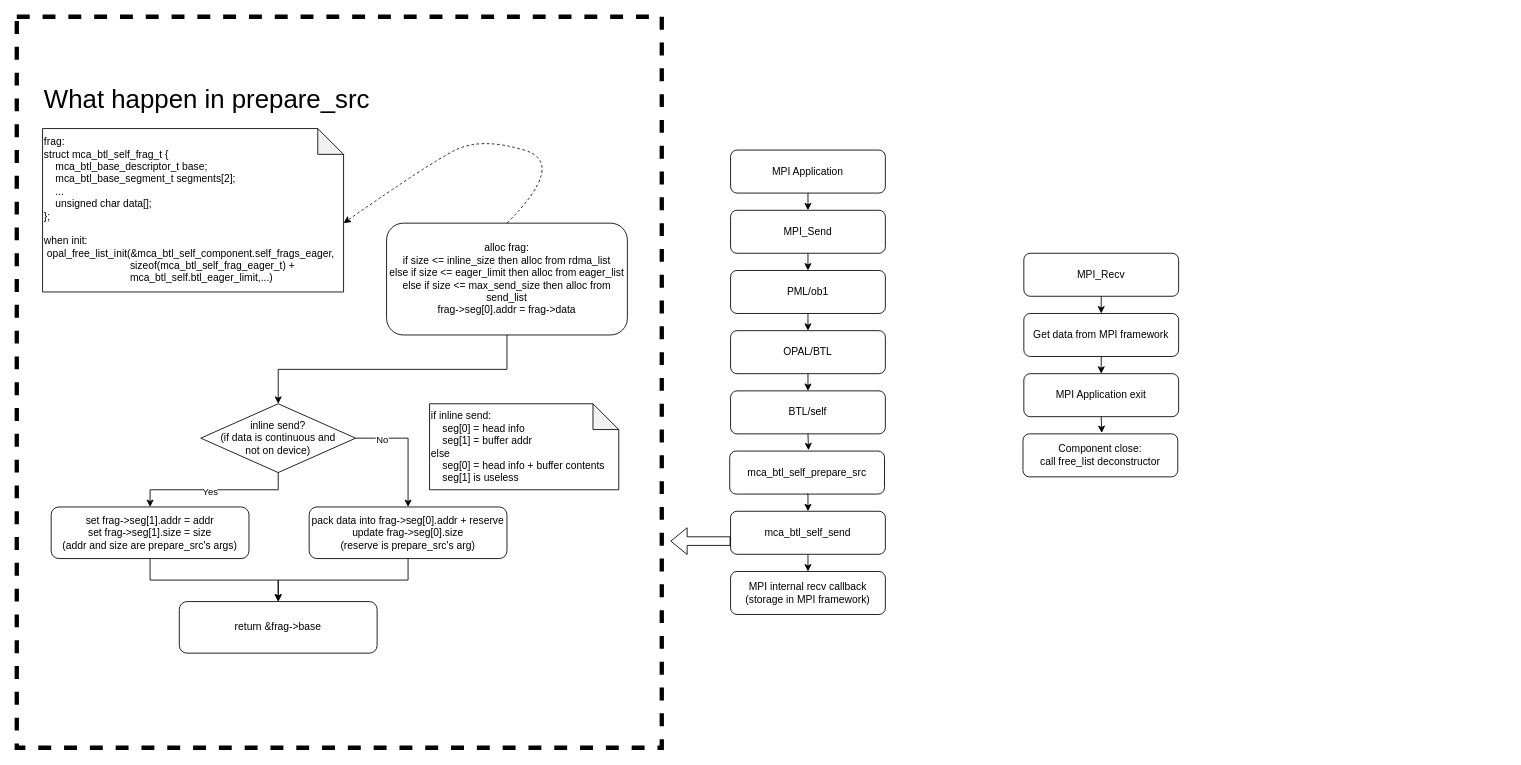
Troyself/img-design-draw-io keeps this draw.io diagram as ompi/btl-self-send-flow.drawio. Above is the earlier version. Source tidied: cells renumbered, new cells numbered last; positions are measured from the earlier drawing's top-left corner, leaving out a move shared by most shapes. Both pictures are drawn from the tidied source at 86%, with x=0, y=0 at pixel (16, 16).
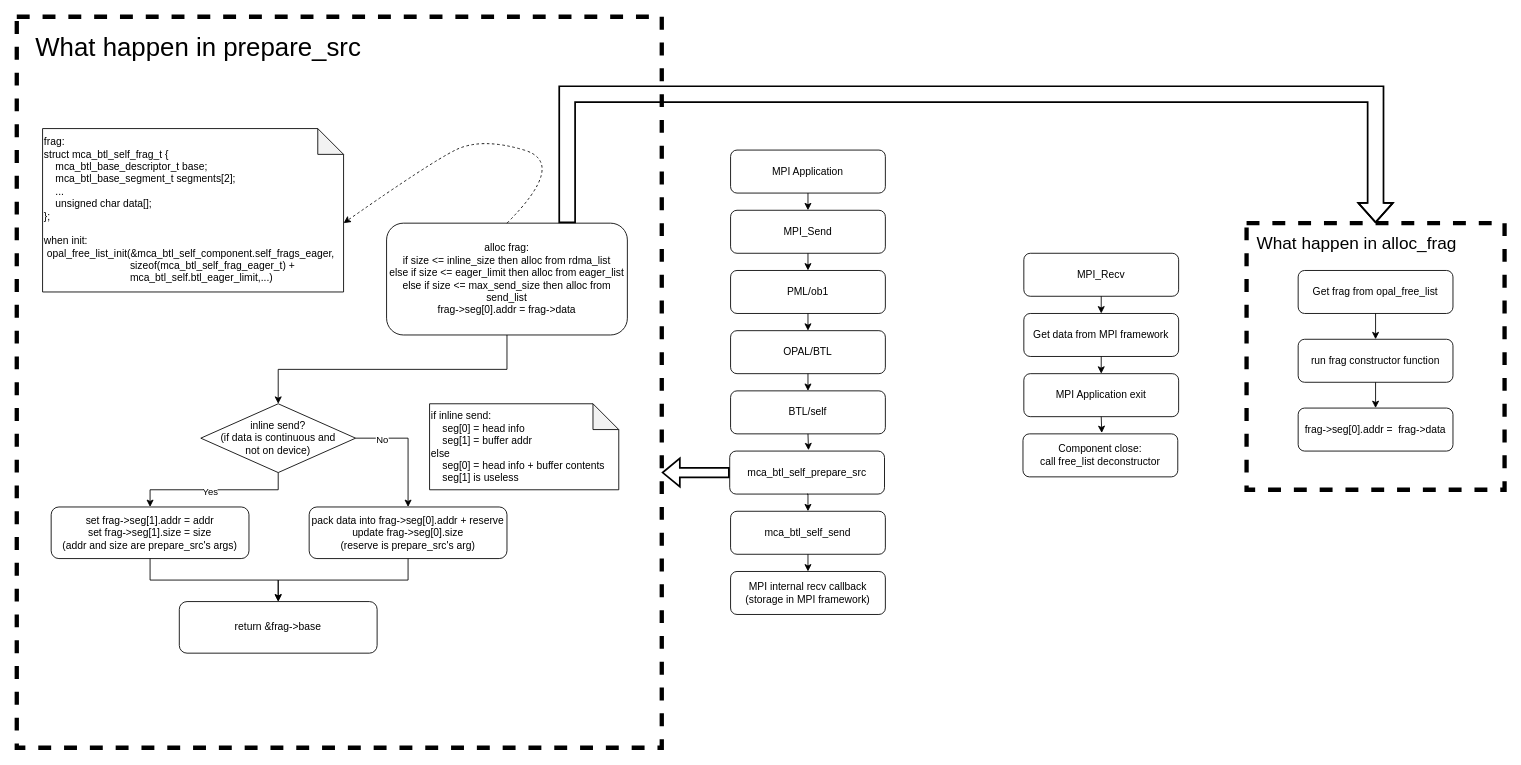
The same diagram, later.

The change refers to these unchanged cells:
```xml
<mxCell id="13" value="mca_btl_self_prepare_src" style="rounded=1;whiteSpace=wrap;html=1;fillColor=none;" parent="1" vertex="1">
  <mxGeometry x="829" y="505" width="180" height="50" as="geometry" />
</mxCell>
<mxCell id="27" value="alloc frag:&lt;div&gt;&lt;span style=&quot;background-color: transparent; color: light-dark(rgb(0, 0, 0), rgb(255, 255, 255));&quot;&gt;if size &amp;lt;= inline_size then alloc from rdma_list&lt;/span&gt;&lt;/div&gt;&lt;div&gt;&lt;span style=&quot;background-color: transparent; color: light-dark(rgb(0, 0, 0), rgb(255, 255, 255));&quot;&gt;else if size &amp;lt;= eager_limit then alloc from eager_list&lt;/span&gt;&lt;/div&gt;&lt;div&gt;&lt;span style=&quot;background-color: transparent; color: light-dark(rgb(0, 0, 0), rgb(255, 255, 255));&quot;&gt;else if size &amp;lt;= max_send_size then alloc from send_list&lt;/span&gt;&lt;/div&gt;&lt;div&gt;&lt;span style=&quot;background-color: transparent; color: light-dark(rgb(0, 0, 0), rgb(255, 255, 255));&quot;&gt;frag-&amp;gt;seg[0].addr = frag-&amp;gt;data&lt;/span&gt;&lt;/div&gt;" style="rounded=1;whiteSpace=wrap;html=1;fillColor=none;" parent="1" vertex="1">
  <mxGeometry x="430" y="240" width="280" height="130" as="geometry" />
</mxCell>
```

Diff of the diagram source:
```diff
@@
+    <mxCell id="42" style="rounded=0;whiteSpace=wrap;html=1;fillColor=none;dashed=1;strokeWidth=5;" parent="1" vertex="1">
+      <mxGeometry x="1430" y="240" width="300" height="310" as="geometry" />
+    </mxCell>
@@
     <mxCell id="30" value="What happen in prepare_src" style="text;html=1;align=left;verticalAlign=middle;whiteSpace=wrap;rounded=0;fontSize=30;" parent="1" vertex="1">
-      <mxGeometry x="30" y="80" width="390" height="30" as="geometry" />
+      <mxGeometry x="20" y="20" width="390" height="30" as="geometry" />
     </mxCell>
@@
-    <mxCell id="33" style="shape=flexArrow;endArrow=classic;html=1;rounded=0;" parent="1" edge="1">
+    <mxCell id="33" style="shape=flexArrow;endArrow=classic;html=1;rounded=0;exitX=0;exitY=0.5;exitDx=0;exitDy=0;strokeWidth=2;" parent="1" edge="1" source="13">
       <mxGeometry relative="1" as="geometry">
-        <mxPoint x="830" y="609.7" as="sourcePoint" />
-        <mxPoint x="760" y="609.7" as="targetPoint" />
+        <mxPoint x="750" y="530" as="targetPoint" />
       </mxGeometry>
     </mxCell>
@@
+    <mxCell id="43" style="edgeStyle=orthogonalEdgeStyle;rounded=0;jettySize=auto;html=1;exitX=0.5;exitY=1;exitDx=0;exitDy=0;entryX=0.5;entryY=0;entryDx=0;entryDy=0;" parent="1" edge="1" source="44" target="46">
+      <mxGeometry relative="1" as="geometry" />
+    </mxCell>
+    <mxCell id="44" value="Get frag from opal_free_list" style="rounded=1;whiteSpace=wrap;html=1;fillColor=none;" parent="1" vertex="1">
+      <mxGeometry x="1490" y="295" width="180" height="50" as="geometry" />
+    </mxCell>
+    <mxCell id="45" style="edgeStyle=orthogonalEdgeStyle;rounded=0;jettySize=auto;html=1;exitX=0.5;exitY=1;exitDx=0;exitDy=0;entryX=0.5;entryY=0;entryDx=0;entryDy=0;" parent="1" edge="1" source="46" target="47">
+      <mxGeometry relative="1" as="geometry" />
+    </mxCell>
+    <mxCell id="46" value="run frag constructor function" style="rounded=1;whiteSpace=wrap;html=1;fillColor=none;" parent="1" vertex="1">
+      <mxGeometry x="1490" y="375" width="180" height="50" as="geometry" />
+    </mxCell>
+    <mxCell id="47" value="&lt;div style=&quot;text-align: left;&quot;&gt;frag-&amp;gt;seg[0].addr =&amp;nbsp; frag-&amp;gt;data&lt;/div&gt;" style="rounded=1;whiteSpace=wrap;html=1;fillColor=none;" parent="1" vertex="1">
+      <mxGeometry x="1490" y="455" width="180" height="50" as="geometry" />
+    </mxCell>
+    <mxCell id="48" value="&lt;font style=&quot;font-size: 20px;&quot;&gt;What happen in alloc_frag&lt;/font&gt;" style="text;html=1;align=left;verticalAlign=middle;whiteSpace=wrap;rounded=0;fontSize=30;" parent="1" vertex="1">
+      <mxGeometry x="1440" y="245" width="250" height="30" as="geometry" />
+    </mxCell>
+    <mxCell id="49" style="shape=flexArrow;endArrow=classic;html=1;rounded=0;exitX=0.75;exitY=0;exitDx=0;exitDy=0;entryX=0.5;entryY=0;entryDx=0;entryDy=0;width=17.435897435897438;endSize=6.8820512820512825;strokeWidth=2;" parent="1" edge="1" source="27" target="42">
+      <mxGeometry relative="1" as="geometry">
+        <Array as="points">
+          <mxPoint x="640" y="90" />
+          <mxPoint x="1580" y="90" />
+        </Array>
+      </mxGeometry>
+    </mxCell>
```
